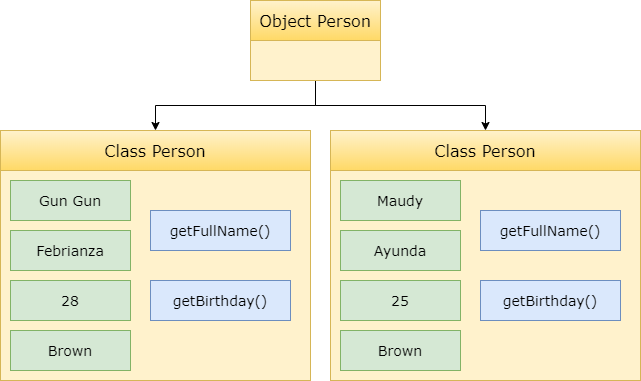
This is Assets/ObjectExample.png from gungunfebrianza/Belajar-Dengan-Jenius-DenoTheWKWKLand, a draw.io export, as it was before one commit. Source tidied: cells renumbered, new cells last; positions are measured from the earlier drawing's top-left corner, leaving out a move shared by most shapes. Its diagram source:
```xml
<mxGraphModel>
  <root>
    <mxCell id="0" />
    <mxCell id="1" parent="0" />
    <mxCell id="2" style="rounded=0;whiteSpace=wrap;html=1;fontFamily=Verdana;fontSize=14;fillColor=#fff2cc;strokeColor=#d6b656;" parent="1" vertex="1">
      <mxGeometry y="170" width="310" height="210" as="geometry" />
    </mxCell>
    <mxCell id="3" value="getFullName()" style="rounded=0;whiteSpace=wrap;html=1;fontFamily=Verdana;fontSize=14;fillColor=#dae8fc;strokeColor=#6c8ebf;" parent="1" vertex="1">
      <mxGeometry x="150" y="210" width="140" height="40" as="geometry" />
    </mxCell>
    <mxCell id="4" value="getBirthday()" style="rounded=0;whiteSpace=wrap;html=1;fontFamily=Verdana;fontSize=14;fillColor=#dae8fc;strokeColor=#6c8ebf;" parent="1" vertex="1">
      <mxGeometry x="150" y="280" width="140" height="40" as="geometry" />
    </mxCell>
    <mxCell id="5" value="&lt;font style=&quot;font-size: 16px&quot;&gt;Class Person&lt;/font&gt;" style="rounded=0;whiteSpace=wrap;html=1;fontFamily=Verdana;fontSize=14;gradientColor=#ffd966;fillColor=#fff2cc;strokeColor=#d6b656;" parent="1" vertex="1">
      <mxGeometry y="130" width="310" height="40" as="geometry" />
    </mxCell>
    <mxCell id="6" value="Febrianza" style="rounded=0;whiteSpace=wrap;html=1;fontFamily=Verdana;fontSize=14;fillColor=#d5e8d4;strokeColor=#82b366;" parent="1" vertex="1">
      <mxGeometry x="10" y="230" width="120" height="40" as="geometry" />
    </mxCell>
    <mxCell id="7" value="Gun Gun" style="rounded=0;whiteSpace=wrap;html=1;fontFamily=Verdana;fontSize=14;fillColor=#d5e8d4;strokeColor=#82b366;" parent="1" vertex="1">
      <mxGeometry x="10" y="180" width="120" height="40" as="geometry" />
    </mxCell>
    <mxCell id="8" value="28" style="rounded=0;whiteSpace=wrap;html=1;fontFamily=Verdana;fontSize=14;fillColor=#d5e8d4;strokeColor=#82b366;" parent="1" vertex="1">
      <mxGeometry x="10" y="280" width="120" height="40" as="geometry" />
    </mxCell>
    <mxCell id="9" style="group;" parent="1" vertex="1">
      <mxGeometry x="10" y="180" width="120" height="190" as="geometry" />
    </mxCell>
    <mxCell id="10" value="Brown" style="rounded=0;whiteSpace=wrap;html=1;fontFamily=Verdana;fontSize=14;fillColor=#d5e8d4;strokeColor=#82b366;" parent="9" vertex="1">
      <mxGeometry y="150" width="120" height="40" as="geometry" />
    </mxCell>
    <mxCell id="11" style="rounded=0;whiteSpace=wrap;html=1;fontFamily=Verdana;fontSize=14;fillColor=#fff2cc;strokeColor=#d6b656;" parent="1" vertex="1">
      <mxGeometry x="330" y="170" width="310" height="210" as="geometry" />
    </mxCell>
    <mxCell id="12" value="getFullName()" style="rounded=0;whiteSpace=wrap;html=1;fontFamily=Verdana;fontSize=14;fillColor=#dae8fc;strokeColor=#6c8ebf;" parent="1" vertex="1">
      <mxGeometry x="480" y="210" width="140" height="40" as="geometry" />
    </mxCell>
    <mxCell id="13" value="getBirthday()" style="rounded=0;whiteSpace=wrap;html=1;fontFamily=Verdana;fontSize=14;fillColor=#dae8fc;strokeColor=#6c8ebf;" parent="1" vertex="1">
      <mxGeometry x="480" y="280" width="140" height="40" as="geometry" />
    </mxCell>
    <mxCell id="14" value="&lt;font style=&quot;font-size: 16px&quot;&gt;Class Person&lt;/font&gt;" style="rounded=0;whiteSpace=wrap;html=1;fontFamily=Verdana;fontSize=14;gradientColor=#ffd966;fillColor=#fff2cc;strokeColor=#d6b656;" parent="1" vertex="1">
      <mxGeometry x="330" y="130" width="310" height="40" as="geometry" />
    </mxCell>
    <mxCell id="15" value="Ayunda" style="rounded=0;whiteSpace=wrap;html=1;fontFamily=Verdana;fontSize=14;fillColor=#d5e8d4;strokeColor=#82b366;" parent="1" vertex="1">
      <mxGeometry x="340" y="230" width="120" height="40" as="geometry" />
    </mxCell>
    <mxCell id="16" value="Maudy" style="rounded=0;whiteSpace=wrap;html=1;fontFamily=Verdana;fontSize=14;fillColor=#d5e8d4;strokeColor=#82b366;" parent="1" vertex="1">
      <mxGeometry x="340" y="180" width="120" height="40" as="geometry" />
    </mxCell>
    <mxCell id="17" value="25" style="rounded=0;whiteSpace=wrap;html=1;fontFamily=Verdana;fontSize=14;fillColor=#d5e8d4;strokeColor=#82b366;" parent="1" vertex="1">
      <mxGeometry x="340" y="280" width="120" height="40" as="geometry" />
    </mxCell>
    <mxCell id="18" style="group;" parent="1" vertex="1">
      <mxGeometry x="340" y="180" width="120" height="190" as="geometry" />
    </mxCell>
    <mxCell id="19" value="Brown" style="rounded=0;whiteSpace=wrap;html=1;fontFamily=Verdana;fontSize=14;fillColor=#d5e8d4;strokeColor=#82b366;" parent="18" vertex="1">
      <mxGeometry y="150" width="120" height="40" as="geometry" />
    </mxCell>
    <mxCell id="20" style="edgeStyle=orthogonalEdgeStyle;rounded=0;jettySize=auto;html=1;exitX=0.5;exitY=1;exitDx=0;exitDy=0;fontFamily=Verdana;fontSize=14;" parent="1" edge="1" source="22" target="5">
      <mxGeometry relative="1" as="geometry" />
    </mxCell>
    <mxCell id="21" style="edgeStyle=orthogonalEdgeStyle;rounded=0;jettySize=auto;html=1;exitX=0.5;exitY=1;exitDx=0;exitDy=0;fontFamily=Verdana;fontSize=14;" parent="1" edge="1" source="22" target="14">
      <mxGeometry relative="1" as="geometry" />
    </mxCell>
    <mxCell id="22" style="rounded=0;whiteSpace=wrap;html=1;fontFamily=Verdana;fontSize=14;fillColor=#fff2cc;strokeColor=#d6b656;" parent="1" vertex="1">
      <mxGeometry x="250" y="40" width="130" height="40" as="geometry" />
    </mxCell>
    <mxCell id="23" value="&lt;font style=&quot;font-size: 16px&quot;&gt;Object Person&lt;/font&gt;" style="rounded=0;whiteSpace=wrap;html=1;fontFamily=Verdana;fontSize=14;gradientColor=#ffd966;fillColor=#fff2cc;strokeColor=#d6b656;" parent="1" vertex="1">
      <mxGeometry x="250" width="130" height="40" as="geometry" />
    </mxCell>
  </root>
</mxGraphModel>
```
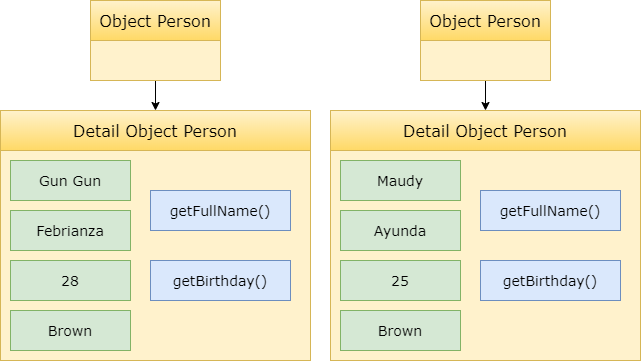
After the change.

What changed in the source:
```diff
@@ -11,7 +11,7 @@
     <mxCell id="4" value="getBirthday()" style="rounded=0;whiteSpace=wrap;html=1;fontFamily=Verdana;fontSize=14;fillColor=#dae8fc;strokeColor=#6c8ebf;" parent="1" vertex="1">
       <mxGeometry x="150" y="280" width="140" height="40" as="geometry" />
     </mxCell>
-    <mxCell id="5" value="&lt;font style=&quot;font-size: 16px&quot;&gt;Class Person&lt;/font&gt;" style="rounded=0;whiteSpace=wrap;html=1;fontFamily=Verdana;fontSize=14;gradientColor=#ffd966;fillColor=#fff2cc;strokeColor=#d6b656;" parent="1" vertex="1">
+    <mxCell id="5" value="&lt;font style=&quot;font-size: 16px&quot;&gt;Detail Object Person&lt;/font&gt;" style="rounded=0;whiteSpace=wrap;html=1;fontFamily=Verdana;fontSize=14;gradientColor=#ffd966;fillColor=#fff2cc;strokeColor=#d6b656;" parent="1" vertex="1">
       <mxGeometry y="130" width="310" height="40" as="geometry" />
     </mxCell>
     <mxCell id="6" value="Febrianza" style="rounded=0;whiteSpace=wrap;html=1;fontFamily=Verdana;fontSize=14;fillColor=#d5e8d4;strokeColor=#82b366;" parent="1" vertex="1">
@@ -38,7 +38,7 @@
     <mxCell id="13" value="getBirthday()" style="rounded=0;whiteSpace=wrap;html=1;fontFamily=Verdana;fontSize=14;fillColor=#dae8fc;strokeColor=#6c8ebf;" parent="1" vertex="1">
       <mxGeometry x="480" y="280" width="140" height="40" as="geometry" />
     </mxCell>
-    <mxCell id="14" value="&lt;font style=&quot;font-size: 16px&quot;&gt;Class Person&lt;/font&gt;" style="rounded=0;whiteSpace=wrap;html=1;fontFamily=Verdana;fontSize=14;gradientColor=#ffd966;fillColor=#fff2cc;strokeColor=#d6b656;" parent="1" vertex="1">
+    <mxCell id="14" value="&lt;span style=&quot;font-size: 16px&quot;&gt;Detail Object Person&lt;/span&gt;" style="rounded=0;whiteSpace=wrap;html=1;fontFamily=Verdana;fontSize=14;gradientColor=#ffd966;fillColor=#fff2cc;strokeColor=#d6b656;" parent="1" vertex="1">
       <mxGeometry x="330" y="130" width="310" height="40" as="geometry" />
     </mxCell>
     <mxCell id="15" value="Ayunda" style="rounded=0;whiteSpace=wrap;html=1;fontFamily=Verdana;fontSize=14;fillColor=#d5e8d4;strokeColor=#82b366;" parent="1" vertex="1">
@@ -59,14 +59,20 @@
     <mxCell id="20" style="edgeStyle=orthogonalEdgeStyle;rounded=0;jettySize=auto;html=1;exitX=0.5;exitY=1;exitDx=0;exitDy=0;fontFamily=Verdana;fontSize=14;" parent="1" edge="1" source="22" target="5">
       <mxGeometry relative="1" as="geometry" />
     </mxCell>
-    <mxCell id="21" style="edgeStyle=orthogonalEdgeStyle;rounded=0;jettySize=auto;html=1;exitX=0.5;exitY=1;exitDx=0;exitDy=0;fontFamily=Verdana;fontSize=14;" parent="1" edge="1" source="22" target="14">
-      <mxGeometry relative="1" as="geometry" />
-    </mxCell>
     <mxCell id="22" style="rounded=0;whiteSpace=wrap;html=1;fontFamily=Verdana;fontSize=14;fillColor=#fff2cc;strokeColor=#d6b656;" parent="1" vertex="1">
-      <mxGeometry x="250" y="40" width="130" height="40" as="geometry" />
+      <mxGeometry x="90" y="60" width="130" height="40" as="geometry" />
     </mxCell>
     <mxCell id="23" value="&lt;font style=&quot;font-size: 16px&quot;&gt;Object Person&lt;/font&gt;" style="rounded=0;whiteSpace=wrap;html=1;fontFamily=Verdana;fontSize=14;gradientColor=#ffd966;fillColor=#fff2cc;strokeColor=#d6b656;" parent="1" vertex="1">
-      <mxGeometry x="250" width="130" height="40" as="geometry" />
+      <mxGeometry x="90" y="20" width="130" height="40" as="geometry" />
     </mxCell>
+    <mxCell id="24" style="edgeStyle=orthogonalEdgeStyle;rounded=0;jettySize=auto;html=1;exitX=0.5;exitY=1;exitDx=0;exitDy=0;fontFamily=Verdana;fontSize=14;" parent="1" edge="1" source="25" target="14">
+      <mxGeometry relative="1" as="geometry" />
+    </mxCell>
+    <mxCell id="25" style="rounded=0;whiteSpace=wrap;html=1;fontFamily=Verdana;fontSize=14;fillColor=#fff2cc;strokeColor=#d6b656;" parent="1" vertex="1">
+      <mxGeometry x="420" y="60" width="130" height="40" as="geometry" />
+    </mxCell>
+    <mxCell id="26" value="&lt;font style=&quot;font-size: 16px&quot;&gt;Object Person&lt;/font&gt;" style="rounded=0;whiteSpace=wrap;html=1;fontFamily=Verdana;fontSize=14;gradientColor=#ffd966;fillColor=#fff2cc;strokeColor=#d6b656;" parent="1" vertex="1">
+      <mxGeometry x="420" y="20" width="130" height="40" as="geometry" />
+    </mxCell>
   </root>
 </mxGraphModel>
```
